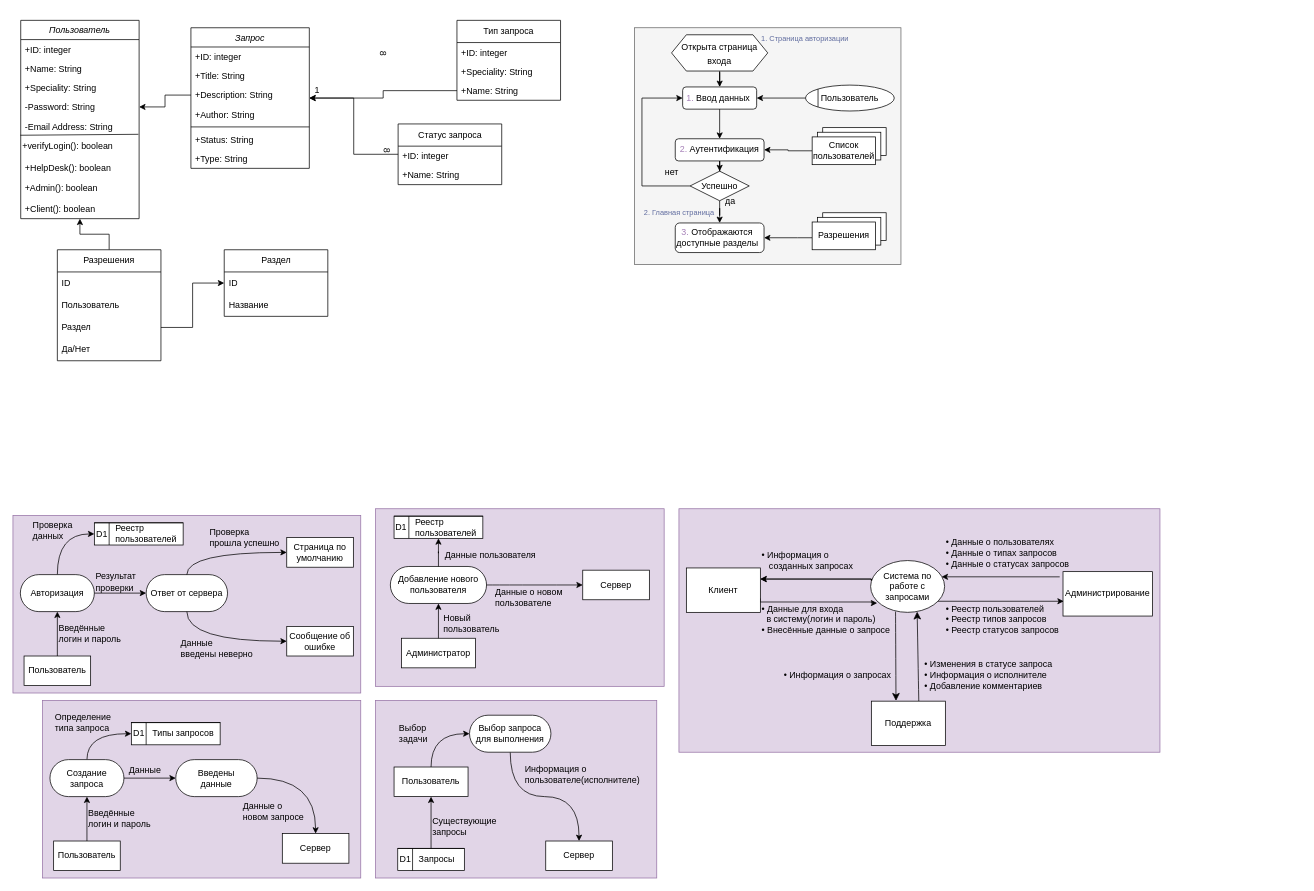
Before: Диаграмма без названия.drawio in Fuamau/BlogProvider, a draw.io diagram. Source tidied: cells renumbered, new cells numbered last; positions are measured from the earlier drawing's top-left corner, leaving out a move shared by most shapes. Both pictures are drawn from the tidied source at 74%, with x=0, y=0 at pixel (13, 20).
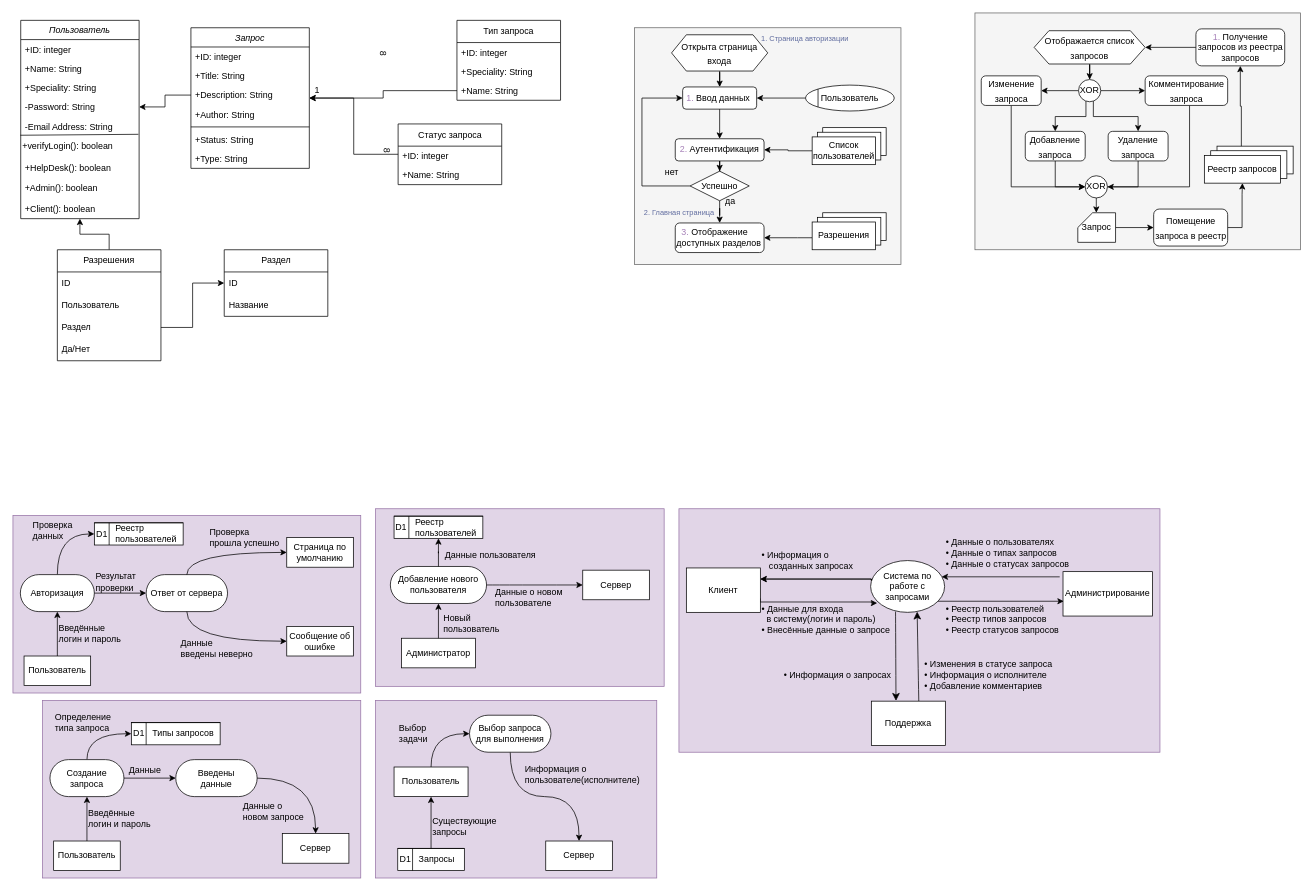
After the change.

The change refers to these unchanged cells:
```xml
<mxCell id="112" style="group;" parent="1" vertex="1">
  <mxGeometry x="840" y="10" width="360" height="320" as="geometry" />
</mxCell>
```

Change to the diagram source:
```diff
@@
+    <mxCell id="152" style="text;strokeColor=#666666;fillColor=#f5f5f5;align=left;verticalAlign=middle;spacingTop=-1;spacingLeft=4;spacingRight=4;labelPosition=right;fontColor=#333333;" parent="1" vertex="1">
+      <mxGeometry x="1300" y="-10" width="440" height="320" as="geometry" />
+    </mxCell>
@@
-    <mxCell id="127" value="&lt;font color=&quot;#a680b8&quot;&gt;&amp;nbsp; 3.&lt;/font&gt;&amp;nbsp;Отображаются доступные разделы" style="rounded=1;whiteSpace=wrap;html=1;align=left;" parent="112" vertex="1">
+    <mxCell id="127" value="&lt;font color=&quot;#a680b8&quot;&gt;&amp;nbsp; 3.&lt;/font&gt;&amp;nbsp;Отображение доступных разделов" style="rounded=1;whiteSpace=wrap;html=1;align=left;" parent="112" vertex="1">
       <mxGeometry x="55" y="263.8" width="120" height="40" as="geometry" />
     </mxCell>
@@
+    <mxCell id="153" style="edgeStyle=orthogonalEdgeStyle;rounded=0;jettySize=auto;html=1;entryX=0.5;entryY=0;entryDx=0;entryDy=0;" parent="1" edge="1" source="154" target="165">
+      <mxGeometry relative="1" as="geometry" />
+    </mxCell>
+    <mxCell id="154" value="&lt;font style=&quot;font-size: 12px;&quot;&gt;Отображается список запросов&lt;/font&gt;" style="shape=hexagon;perimeter=hexagonPerimeter2;whiteSpace=wrap;html=1;fixedSize=1;fontSize=16;" parent="1" vertex="1">
+      <mxGeometry x="1380" y="14" width="150" height="45" as="geometry" />
+    </mxCell>
+    <mxCell id="155" style="edgeStyle=orthogonalEdgeStyle;rounded=0;jettySize=auto;html=1;entryX=1;entryY=0.5;entryDx=0;entryDy=0;" parent="1" edge="1" source="156" target="154">
+      <mxGeometry relative="1" as="geometry" />
+    </mxCell>
+    <mxCell id="156" value="&lt;font color=&quot;#a680b8&quot;&gt;1.&lt;/font&gt; Получение запросов из реестра запросов" style="rounded=1;whiteSpace=wrap;html=1;" parent="1" vertex="1">
+      <mxGeometry x="1598.6" y="11.5" width="120" height="50" as="geometry" />
+    </mxCell>
+    <mxCell id="157" style="group;" parent="1" vertex="1">
+      <mxGeometry x="1610" y="170" width="120" height="50" as="geometry" />
+    </mxCell>
+    <mxCell id="158" style="rounded=0;whiteSpace=wrap;html=1;" parent="157" vertex="1">
+      <mxGeometry x="17.1" width="102.9" height="37.5" as="geometry" />
+    </mxCell>
+    <mxCell id="159" style="rounded=0;whiteSpace=wrap;html=1;" parent="157" vertex="1">
+      <mxGeometry x="8.6" y="6.2" width="102.9" height="37.5" as="geometry" />
+    </mxCell>
+    <mxCell id="160" value="Реестр запросов" style="rounded=0;whiteSpace=wrap;html=1;" parent="157" vertex="1">
+      <mxGeometry y="12.5" width="102.9" height="37.5" as="geometry" />
+    </mxCell>
+    <mxCell id="161" style="edgeStyle=orthogonalEdgeStyle;rounded=0;jettySize=auto;html=1;entryX=1;entryY=0.5;entryDx=0;entryDy=0;" parent="1" edge="1" source="165" target="167">
+      <mxGeometry relative="1" as="geometry" />
+    </mxCell>
+    <mxCell id="162" style="edgeStyle=orthogonalEdgeStyle;rounded=0;jettySize=auto;html=1;" parent="1" edge="1" source="165" target="173">
+      <mxGeometry relative="1" as="geometry" />
+    </mxCell>
+    <mxCell id="163" style="edgeStyle=orthogonalEdgeStyle;rounded=0;jettySize=auto;html=1;entryX=0.5;entryY=0;entryDx=0;entryDy=0;" parent="1" edge="1" source="165" target="169">
+      <mxGeometry relative="1" as="geometry">
+        <Array as="points">
+          <mxPoint x="1450" y="130" />
+          <mxPoint x="1409" y="130" />
+        </Array>
+      </mxGeometry>
+    </mxCell>
+    <mxCell id="164" style="edgeStyle=orthogonalEdgeStyle;rounded=0;jettySize=auto;html=1;entryX=0.5;entryY=0;entryDx=0;entryDy=0;" parent="1" edge="1" source="165" target="171">
+      <mxGeometry relative="1" as="geometry">
+        <Array as="points">
+          <mxPoint x="1460" y="130" />
+          <mxPoint x="1521" y="130" />
+        </Array>
+      </mxGeometry>
+    </mxCell>
+    <mxCell id="165" value="XOR" style="ellipse;whiteSpace=wrap;html=1;" parent="1" vertex="1">
+      <mxGeometry x="1440" y="80" width="30" height="30" as="geometry" />
+    </mxCell>
+    <mxCell id="166" style="edgeStyle=orthogonalEdgeStyle;rounded=0;jettySize=auto;html=1;entryX=0;entryY=0.5;entryDx=0;entryDy=0;" parent="1" edge="1" source="167" target="175">
+      <mxGeometry relative="1" as="geometry">
+        <Array as="points">
+          <mxPoint x="1349" y="225" />
+        </Array>
+      </mxGeometry>
+    </mxCell>
+    <mxCell id="167" value="&lt;font style=&quot;font-size: 12px;&quot;&gt;Изменение запроса&lt;/font&gt;" style="rounded=1;whiteSpace=wrap;html=1;fontSize=16;" parent="1" vertex="1">
+      <mxGeometry x="1308.5" y="75" width="81" height="40" as="geometry" />
+    </mxCell>
+    <mxCell id="168" style="edgeStyle=orthogonalEdgeStyle;rounded=0;jettySize=auto;html=1;exitX=0.5;exitY=1;exitDx=0;exitDy=0;entryX=0;entryY=0.5;entryDx=0;entryDy=0;" parent="1" edge="1" source="169" target="175">
+      <mxGeometry relative="1" as="geometry" />
+    </mxCell>
+    <mxCell id="169" value="&lt;font style=&quot;font-size: 12px;&quot;&gt;Добавление запроса&lt;/font&gt;" style="rounded=1;whiteSpace=wrap;html=1;fontSize=16;" parent="1" vertex="1">
+      <mxGeometry x="1368" y="150" width="81" height="40" as="geometry" />
+    </mxCell>
+    <mxCell id="170" style="edgeStyle=orthogonalEdgeStyle;rounded=0;jettySize=auto;html=1;entryX=1;entryY=0;entryDx=0;entryDy=0;" parent="1" edge="1" source="171" target="175">
+      <mxGeometry relative="1" as="geometry">
+        <Array as="points">
+          <mxPoint x="1520" y="225" />
+          <mxPoint x="1475" y="225" />
+        </Array>
+      </mxGeometry>
+    </mxCell>
+    <mxCell id="171" value="&lt;font style=&quot;font-size: 12px;&quot;&gt;Удаление запроса&lt;/font&gt;" style="rounded=1;whiteSpace=wrap;html=1;fontSize=16;" parent="1" vertex="1">
+      <mxGeometry x="1480" y="150" width="81" height="40" as="geometry" />
+    </mxCell>
+    <mxCell id="172" style="edgeStyle=orthogonalEdgeStyle;rounded=0;jettySize=auto;html=1;entryX=1;entryY=0.5;entryDx=0;entryDy=0;" parent="1" edge="1" source="173" target="175">
+      <mxGeometry relative="1" as="geometry">
+        <Array as="points">
+          <mxPoint x="1590" y="225" />
+        </Array>
+      </mxGeometry>
+    </mxCell>
+    <mxCell id="173" value="&lt;font style=&quot;font-size: 12px;&quot;&gt;Комментирование запроса&lt;/font&gt;" style="rounded=1;whiteSpace=wrap;html=1;fontSize=16;" parent="1" vertex="1">
+      <mxGeometry x="1530" y="75" width="111.5" height="40" as="geometry" />
+    </mxCell>
+    <mxCell id="174" style="edgeStyle=orthogonalEdgeStyle;rounded=0;jettySize=auto;html=1;" parent="1" edge="1" source="175" target="177">
+      <mxGeometry relative="1" as="geometry" />
+    </mxCell>
+    <mxCell id="175" value="XOR" style="ellipse;whiteSpace=wrap;html=1;" parent="1" vertex="1">
+      <mxGeometry x="1449" y="210" width="30" height="30" as="geometry" />
+    </mxCell>
+    <mxCell id="176" style="edgeStyle=orthogonalEdgeStyle;rounded=0;jettySize=auto;html=1;entryX=0;entryY=0.5;entryDx=0;entryDy=0;" parent="1" edge="1" source="177" target="180">
+      <mxGeometry relative="1" as="geometry" />
+    </mxCell>
+    <mxCell id="177" value="Запрос" style="shape=card;whiteSpace=wrap;html=1;size=20;" parent="1" vertex="1">
+      <mxGeometry x="1439" y="260" width="51" height="40" as="geometry" />
+    </mxCell>
+    <mxCell id="178" style="edgeStyle=orthogonalEdgeStyle;rounded=0;jettySize=auto;html=1;entryX=0.5;entryY=1;entryDx=0;entryDy=0;" parent="1" edge="1" source="158" target="156">
+      <mxGeometry relative="1" as="geometry">
+        <Array as="points">
+          <mxPoint x="1660" y="116" />
+          <mxPoint x="1659" y="116" />
+        </Array>
+      </mxGeometry>
+    </mxCell>
+    <mxCell id="179" style="edgeStyle=orthogonalEdgeStyle;rounded=0;jettySize=auto;html=1;entryX=0.5;entryY=1;entryDx=0;entryDy=0;" parent="1" edge="1" source="180" target="160">
+      <mxGeometry relative="1" as="geometry">
+        <Array as="points">
+          <mxPoint x="1661" y="280" />
+          <mxPoint x="1661" y="235" />
+        </Array>
+      </mxGeometry>
+    </mxCell>
+    <mxCell id="180" value="&lt;font style=&quot;font-size: 12px;&quot;&gt;Помещение запроса в реестр&lt;/font&gt;" style="rounded=1;whiteSpace=wrap;html=1;fontSize=16;" parent="1" vertex="1">
+      <mxGeometry x="1541.5" y="255" width="100" height="50" as="geometry" />
+    </mxCell>
```
